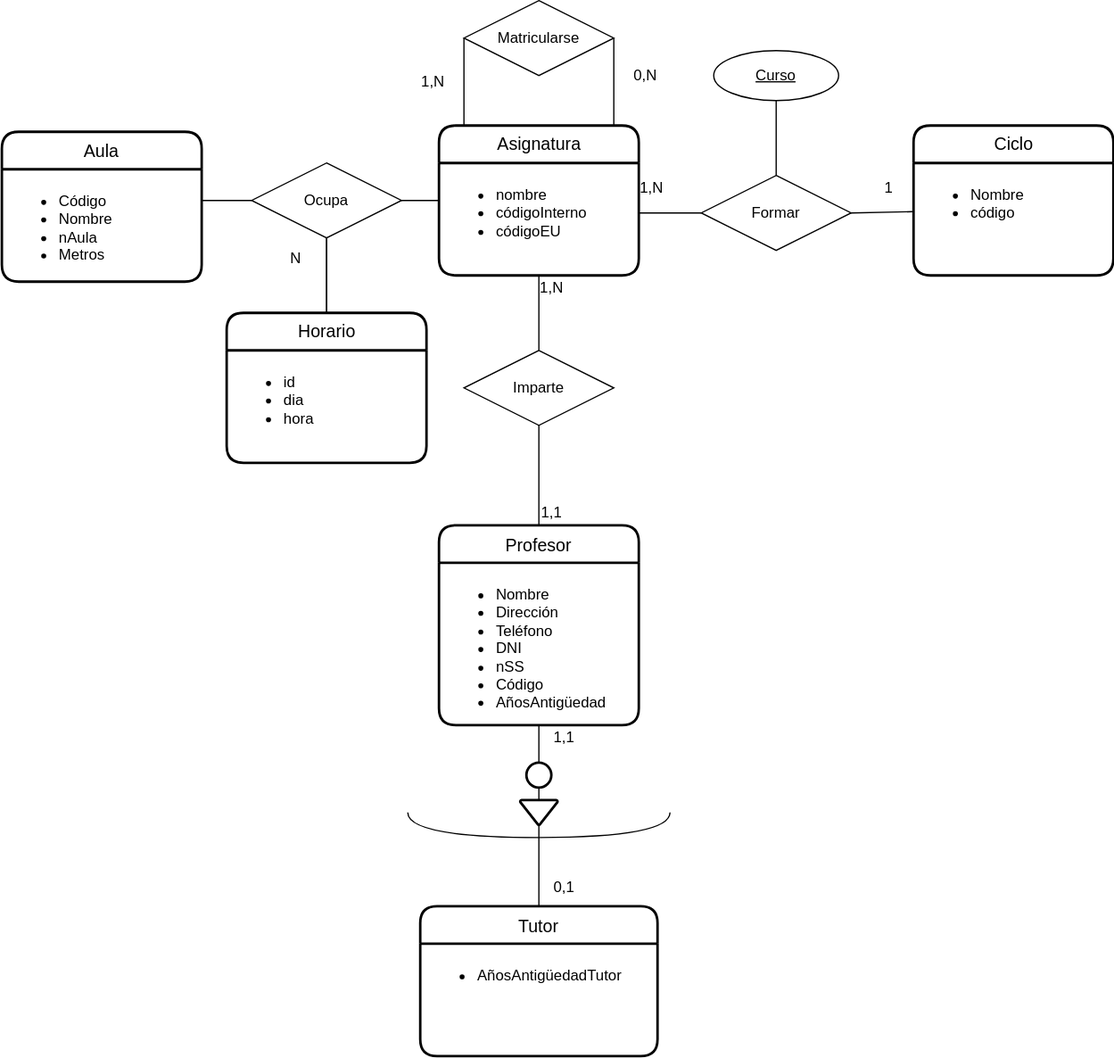
Before: UD12-17.svg, a diagram exported from draw.io (Jimxx22/C3-UD11-UML). Source tidied: cells renumbered, new cells last; positions are measured from the earlier drawing's top-left corner, leaving out a move shared by most shapes. Its diagram source:
```xml
<mxGraphModel>
  <root>
    <mxCell id="0" />
    <mxCell id="1" parent="0" />
    <mxCell id="2" value="Horario" style="swimlane;horizontal=1;startSize=30;rounded=1;fontSize=14;fontStyle=0;strokeWidth=2;shadow=0;dashed=0;align=center;labelBackgroundColor=none;html=1;" parent="1" vertex="1">
      <mxGeometry x="180" y="250" width="160" height="120" as="geometry" />
    </mxCell>
    <mxCell id="3" value="&lt;ul&gt;&lt;li&gt;id&lt;/li&gt;&lt;li&gt;dia&lt;/li&gt;&lt;li&gt;hora&lt;/li&gt;&lt;/ul&gt;" style="align=left;strokeColor=none;fillColor=none;spacingLeft=4;fontSize=12;verticalAlign=top;labelBackgroundColor=none;html=1;" parent="2" vertex="1">
      <mxGeometry y="30" width="160" height="90" as="geometry" />
    </mxCell>
    <mxCell id="4" value="Asignatura" style="swimlane;horizontal=1;startSize=30;rounded=1;fontSize=14;fontStyle=0;strokeWidth=2;shadow=0;dashed=0;align=center;labelBackgroundColor=none;html=1;" parent="1" vertex="1">
      <mxGeometry x="350" y="100" width="160" height="120" as="geometry" />
    </mxCell>
    <mxCell id="5" value="&lt;ul&gt;&lt;li&gt;nombre&lt;/li&gt;&lt;li&gt;códigoInterno&lt;/li&gt;&lt;li&gt;códigoEU&lt;/li&gt;&lt;/ul&gt;" style="align=left;strokeColor=none;fillColor=none;spacingLeft=4;fontSize=12;verticalAlign=top;labelBackgroundColor=none;html=1;" parent="4" vertex="1">
      <mxGeometry y="30" width="160" height="90" as="geometry" />
    </mxCell>
    <mxCell id="6" value="Aula" style="swimlane;horizontal=1;startSize=30;rounded=1;fontSize=14;fontStyle=0;strokeWidth=2;shadow=0;dashed=0;align=center;" parent="1" vertex="1">
      <mxGeometry y="105" width="160" height="120" as="geometry" />
    </mxCell>
    <mxCell id="7" value="&lt;ul&gt;&lt;li&gt;Código&lt;/li&gt;&lt;li&gt;Nombre&lt;/li&gt;&lt;li&gt;nAula&lt;/li&gt;&lt;li&gt;Metros&lt;/li&gt;&lt;/ul&gt;" style="align=left;strokeColor=none;fillColor=none;spacingLeft=4;fontSize=12;verticalAlign=top;html=1;" parent="6" vertex="1">
      <mxGeometry y="30" width="160" height="90" as="geometry" />
    </mxCell>
    <mxCell id="8" value="Ciclo" style="swimlane;horizontal=1;startSize=30;rounded=1;fontSize=14;fontStyle=0;strokeWidth=2;shadow=0;dashed=0;align=center;labelBackgroundColor=none;html=1;" parent="1" vertex="1">
      <mxGeometry x="730" y="100" width="160" height="120" as="geometry" />
    </mxCell>
    <mxCell id="9" value="&lt;ul&gt;&lt;li&gt;Nombre&lt;/li&gt;&lt;li&gt;código&lt;/li&gt;&lt;/ul&gt;" style="align=left;strokeColor=none;fillColor=none;spacingLeft=4;fontSize=12;verticalAlign=top;labelBackgroundColor=none;html=1;" parent="8" vertex="1">
      <mxGeometry y="30" width="160" height="90" as="geometry" />
    </mxCell>
    <mxCell id="10" style="edgeStyle=none;rounded=0;jettySize=auto;html=1;exitX=0.5;exitY=0;exitDx=0;exitDy=0;entryX=0.5;entryY=1;entryDx=0;entryDy=0;endArrow=none;endFill=0;" parent="1" edge="1" source="11" target="30">
      <mxGeometry relative="1" as="geometry" />
    </mxCell>
    <mxCell id="11" value="Profesor" style="swimlane;horizontal=1;startSize=30;rounded=1;fontSize=14;fontStyle=0;strokeWidth=2;shadow=0;dashed=0;align=center;" parent="1" vertex="1">
      <mxGeometry x="350" y="420" width="160" height="160" as="geometry" />
    </mxCell>
    <mxCell id="12" value="&lt;ul&gt;&lt;li&gt;Nombre&lt;/li&gt;&lt;li&gt;Dirección&lt;/li&gt;&lt;li&gt;Teléfono&lt;/li&gt;&lt;li&gt;DNI&lt;/li&gt;&lt;li&gt;nSS&lt;/li&gt;&lt;li&gt;Código&lt;/li&gt;&lt;li&gt;AñosAntigüedad&lt;/li&gt;&lt;/ul&gt;" style="align=left;strokeColor=none;fillColor=none;spacingLeft=4;fontSize=12;verticalAlign=top;html=1;" parent="11" vertex="1">
      <mxGeometry y="30" width="160" height="130" as="geometry" />
    </mxCell>
    <mxCell id="13" value="Tutor" style="swimlane;horizontal=1;startSize=30;rounded=1;fontSize=14;fontStyle=0;strokeWidth=2;shadow=0;dashed=0;align=center;" parent="1" vertex="1">
      <mxGeometry x="335" y="725" width="190" height="120" as="geometry" />
    </mxCell>
    <mxCell id="14" value="&lt;ul&gt;&lt;li&gt;AñosAntigüedadTutor&lt;/li&gt;&lt;/ul&gt;" style="align=left;strokeColor=none;fillColor=none;spacingLeft=4;fontSize=12;verticalAlign=top;html=1;" parent="13" vertex="1">
      <mxGeometry y="30" width="190" height="90" as="geometry" />
    </mxCell>
    <mxCell id="15" style="rounded=0;jettySize=auto;html=1;exitX=0;exitY=0.5;exitDx=0;exitDy=0;entryX=0.25;entryY=0;entryDx=0;entryDy=0;endArrow=none;endFill=0;" parent="1" edge="1" source="17" target="4">
      <mxGeometry relative="1" as="geometry">
        <Array as="points">
          <mxPoint x="370" y="50" />
          <mxPoint x="370" y="100" />
        </Array>
      </mxGeometry>
    </mxCell>
    <mxCell id="16" style="rounded=0;jettySize=auto;html=1;exitX=1;exitY=0.5;exitDx=0;exitDy=0;endArrow=none;endFill=0;" parent="1" edge="1" source="17">
      <mxGeometry relative="1" as="geometry">
        <mxPoint x="470" y="100" as="targetPoint" />
        <Array as="points">
          <mxPoint x="490" y="100" />
        </Array>
      </mxGeometry>
    </mxCell>
    <mxCell id="17" value="Matricularse" style="shape=rhombus;perimeter=rhombusPerimeter;whiteSpace=wrap;html=1;align=center;" parent="1" vertex="1">
      <mxGeometry x="370" width="120" height="60" as="geometry" />
    </mxCell>
    <mxCell id="18" style="edgeStyle=orthogonalEdgeStyle;rounded=0;jettySize=auto;html=1;labelBackgroundColor=none;endArrow=none;endFill=0;entryX=0.5;entryY=0;entryDx=0;entryDy=0;" parent="1" edge="1" source="19" target="13">
      <mxGeometry relative="1" as="geometry">
        <Array as="points">
          <mxPoint x="430" y="720" />
        </Array>
      </mxGeometry>
    </mxCell>
    <mxCell id="19" style="strokeWidth=2;html=1;shape=mxgraph.flowchart.merge_or_storage;whiteSpace=wrap;labelBackgroundColor=none;" parent="1" vertex="1">
      <mxGeometry x="415" y="640" width="30" height="20" as="geometry" />
    </mxCell>
    <mxCell id="20" style="shape=requiredInterface;html=1;verticalLabelPosition=bottom;sketch=0;direction=south;labelBackgroundColor=none;" parent="1" vertex="1">
      <mxGeometry x="325" y="650" width="210" height="20" as="geometry" />
    </mxCell>
    <mxCell id="21" style="strokeWidth=2;html=1;shape=mxgraph.flowchart.start_2;whiteSpace=wrap;labelBackgroundColor=none;" parent="1" vertex="1">
      <mxGeometry x="420" y="610" width="20" height="20" as="geometry" />
    </mxCell>
    <mxCell id="22" value="Formar" style="shape=rhombus;perimeter=rhombusPerimeter;whiteSpace=wrap;html=1;align=center;labelBackgroundColor=none;" parent="1" vertex="1">
      <mxGeometry x="560" y="140" width="120" height="60" as="geometry" />
    </mxCell>
    <mxCell id="23" style="endArrow=none;html=1;rounded=0;labelBackgroundColor=none;entryX=0;entryY=0.5;entryDx=0;entryDy=0;" parent="1" edge="1" target="22">
      <mxGeometry relative="1" as="geometry">
        <mxPoint x="510" y="170" as="sourcePoint" />
      </mxGeometry>
    </mxCell>
    <mxCell id="24" value="0,N" style="text;html=1;align=center;verticalAlign=middle;strokeColor=none;fillColor=none;" parent="1" vertex="1">
      <mxGeometry x="495" y="45" width="40" height="30" as="geometry" />
    </mxCell>
    <mxCell id="25" style="endArrow=none;html=1;rounded=0;labelBackgroundColor=none;exitX=1;exitY=0.5;exitDx=0;exitDy=0;entryX=-0.006;entryY=0.433;entryDx=0;entryDy=0;entryPerimeter=0;" parent="1" edge="1" source="22" target="9">
      <mxGeometry relative="1" as="geometry" />
    </mxCell>
    <mxCell id="26" value="1,N" style="text;html=1;align=center;verticalAlign=middle;strokeColor=none;fillColor=none;" parent="1" vertex="1">
      <mxGeometry x="325" y="50" width="40" height="30" as="geometry" />
    </mxCell>
    <mxCell id="27" style="endArrow=none;html=1;rounded=0;labelBackgroundColor=none;exitX=0.5;exitY=0;exitDx=0;exitDy=0;entryX=0.5;entryY=1;entryDx=0;entryDy=0;" parent="1" edge="1" source="22" target="29">
      <mxGeometry relative="1" as="geometry" />
    </mxCell>
    <mxCell id="28" style="edgeStyle=none;rounded=0;jettySize=auto;html=1;exitX=0.5;exitY=0;exitDx=0;exitDy=0;entryX=0.5;entryY=1;entryDx=0;entryDy=0;endArrow=none;endFill=0;" parent="1" edge="1" source="30" target="5">
      <mxGeometry relative="1" as="geometry" />
    </mxCell>
    <mxCell id="29" value="Curso" style="ellipse;whiteSpace=wrap;html=1;align=center;fontStyle=4;labelBackgroundColor=none;" parent="1" vertex="1">
      <mxGeometry x="570" y="40" width="100" height="40" as="geometry" />
    </mxCell>
    <mxCell id="30" value="Imparte" style="shape=rhombus;perimeter=rhombusPerimeter;whiteSpace=wrap;html=1;align=center;" parent="1" vertex="1">
      <mxGeometry x="370" y="280" width="120" height="60" as="geometry" />
    </mxCell>
    <mxCell id="31" style="edgeStyle=orthogonalEdgeStyle;rounded=0;jettySize=auto;html=1;exitX=0.5;exitY=1;exitDx=0;exitDy=0;entryX=0.5;entryY=0;entryDx=0;entryDy=0;endArrow=none;endFill=0;" parent="1" edge="1" source="32" target="2">
      <mxGeometry relative="1" as="geometry" />
    </mxCell>
    <mxCell id="32" value="Ocupa" style="shape=rhombus;perimeter=rhombusPerimeter;whiteSpace=wrap;html=1;align=center;labelBackgroundColor=none;" parent="1" vertex="1">
      <mxGeometry x="200" y="130" width="120" height="60" as="geometry" />
    </mxCell>
    <mxCell id="33" value="1,1" style="text;html=1;align=center;verticalAlign=middle;strokeColor=none;fillColor=none;" parent="1" vertex="1">
      <mxGeometry x="430" y="575" width="40" height="30" as="geometry" />
    </mxCell>
    <mxCell id="34" style="endArrow=none;html=1;rounded=0;labelBackgroundColor=none;entryX=0;entryY=0.5;entryDx=0;entryDy=0;exitX=1;exitY=0.5;exitDx=0;exitDy=0;" parent="1" edge="1" source="32" target="4">
      <mxGeometry relative="1" as="geometry" />
    </mxCell>
    <mxCell id="35" value="0,1" style="text;html=1;align=center;verticalAlign=middle;strokeColor=none;fillColor=none;" parent="1" vertex="1">
      <mxGeometry x="430" y="695" width="40" height="30" as="geometry" />
    </mxCell>
    <mxCell id="36" style="endArrow=none;html=1;rounded=0;labelBackgroundColor=none;entryX=0;entryY=0.5;entryDx=0;entryDy=0;" parent="1" edge="1" target="32">
      <mxGeometry relative="1" as="geometry">
        <mxPoint x="160" y="160" as="sourcePoint" />
      </mxGeometry>
    </mxCell>
    <mxCell id="37" value="1,1" style="text;html=1;align=center;verticalAlign=middle;strokeColor=none;fillColor=none;" parent="1" vertex="1">
      <mxGeometry x="420" y="395" width="40" height="30" as="geometry" />
    </mxCell>
    <mxCell id="38" value="1,N" style="text;html=1;align=center;verticalAlign=middle;strokeColor=none;fillColor=none;" parent="1" vertex="1">
      <mxGeometry x="420" y="215" width="40" height="30" as="geometry" />
    </mxCell>
    <mxCell id="39" style="endArrow=none;html=1;rounded=0;labelBackgroundColor=none;entryX=0.5;entryY=0;entryDx=0;entryDy=0;entryPerimeter=0;exitX=0.5;exitY=1;exitDx=0;exitDy=0;" parent="1" edge="1" source="12" target="21">
      <mxGeometry relative="1" as="geometry" />
    </mxCell>
    <mxCell id="40" style="endArrow=none;html=1;rounded=0;labelBackgroundColor=none;entryX=0.5;entryY=0;entryDx=0;entryDy=0;entryPerimeter=0;exitX=0.5;exitY=1;exitDx=0;exitDy=0;exitPerimeter=0;" parent="1" edge="1" source="21" target="19">
      <mxGeometry relative="1" as="geometry" />
    </mxCell>
    <mxCell id="41" style="endArrow=none;html=1;rounded=0;exitX=0.5;exitY=0;exitDx=0;exitDy=0;entryX=0.5;entryY=1;entryDx=0;entryDy=0;" parent="1" edge="1" source="2" target="32">
      <mxGeometry relative="1" as="geometry" />
    </mxCell>
    <mxCell id="42" value="N" style="html=1;align=right;verticalAlign=bottom;" parent="41" vertex="1">
      <mxGeometry x="1" relative="1" as="geometry">
        <mxPoint x="-20" y="25" as="offset" />
      </mxGeometry>
    </mxCell>
    <mxCell id="43" value="1" style="text;html=1;align=center;verticalAlign=middle;strokeColor=none;fillColor=none;" parent="1" vertex="1">
      <mxGeometry x="695" y="135" width="30" height="30" as="geometry" />
    </mxCell>
    <mxCell id="44" value="1,N" style="text;html=1;align=center;verticalAlign=middle;strokeColor=none;fillColor=none;" parent="1" vertex="1">
      <mxGeometry x="500" y="135" width="40" height="30" as="geometry" />
    </mxCell>
  </root>
</mxGraphModel>
```
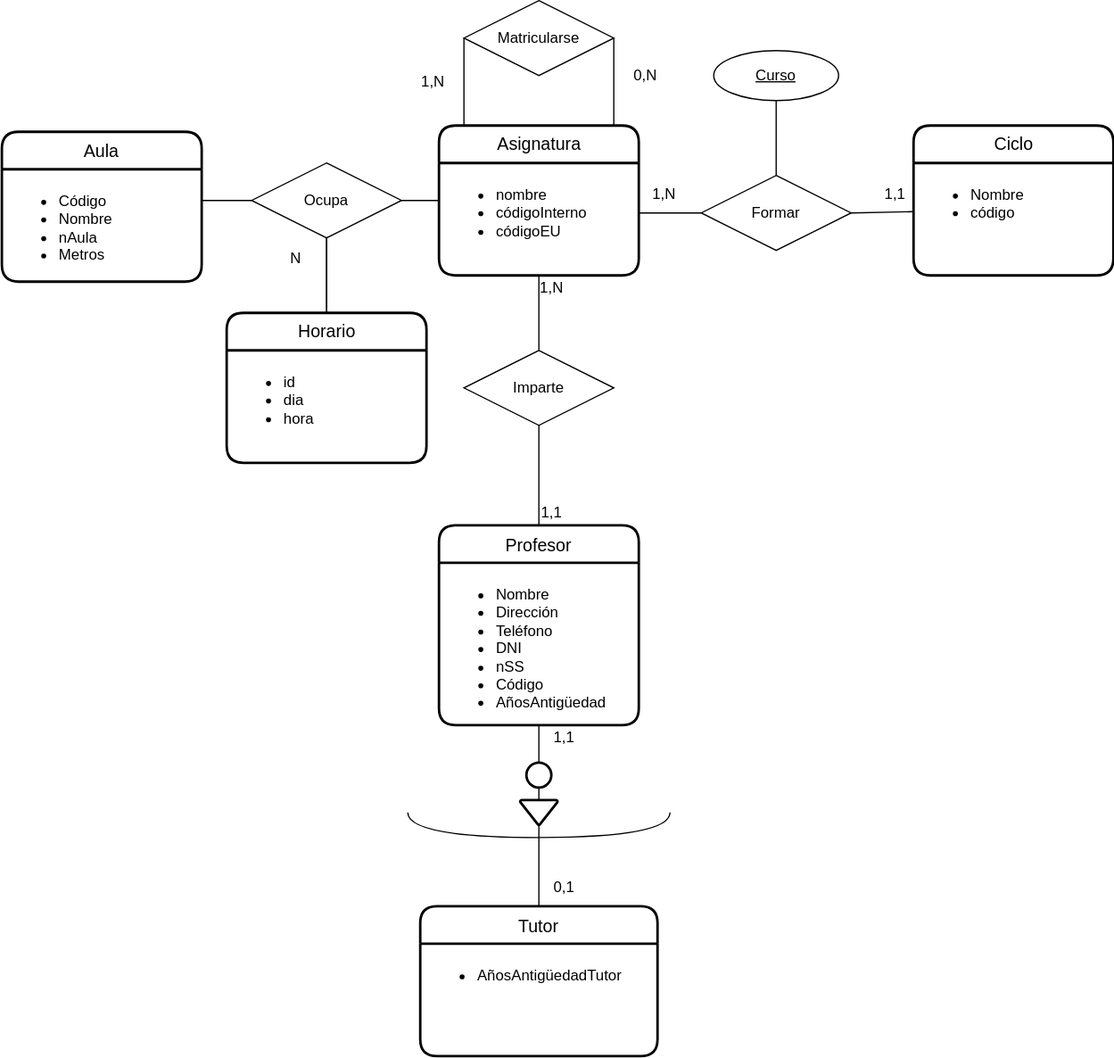
The same diagram one commit later.

What changed in the source:
```diff
@@ -145,11 +145,11 @@
         <mxPoint x="-20" y="25" as="offset" />
       </mxGeometry>
     </mxCell>
-    <mxCell id="43" value="1" style="text;html=1;align=center;verticalAlign=middle;strokeColor=none;fillColor=none;" parent="1" vertex="1">
-      <mxGeometry x="695" y="135" width="30" height="30" as="geometry" />
+    <mxCell id="43" value="1,1" style="text;html=1;align=center;verticalAlign=middle;strokeColor=none;fillColor=none;" parent="1" vertex="1">
+      <mxGeometry x="695" y="140" width="40" height="30" as="geometry" />
     </mxCell>
     <mxCell id="44" value="1,N" style="text;html=1;align=center;verticalAlign=middle;strokeColor=none;fillColor=none;" parent="1" vertex="1">
-      <mxGeometry x="500" y="135" width="40" height="30" as="geometry" />
+      <mxGeometry x="510" y="140" width="40" height="30" as="geometry" />
     </mxCell>
   </root>
 </mxGraphModel>
```
